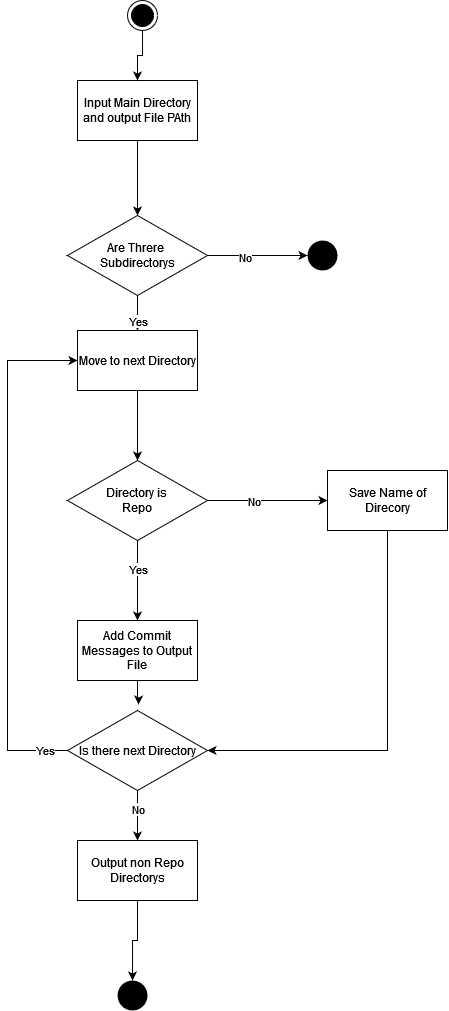
This is images/Script2.drawio.png from JonathanXDR/M122, a draw.io export, as it was before one commit. Source tidied: cells renumbered, new cells last; positions are measured from the earlier drawing's top-left corner, leaving out a move shared by most shapes.
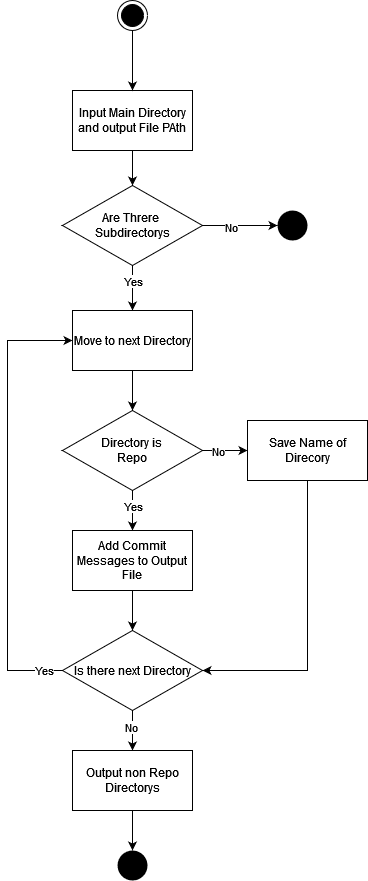
Above is the later version.

Diff of the diagram source:
```diff
@@ -2,14 +2,12 @@
   <root>
     <mxCell id="0" />
     <mxCell id="1" parent="0" />
-    <mxCell id="2" style="edgeStyle=orthogonalEdgeStyle;rounded=0;jettySize=auto;html=1;entryX=0.5;entryY=0;entryDx=0;entryDy=0;" parent="1" edge="1" source="6">
-      <mxGeometry relative="1" as="geometry">
-        <mxPoint x="130" y="330" as="targetPoint" />
-      </mxGeometry>
+    <mxCell id="2" style="edgeStyle=orthogonalEdgeStyle;rounded=0;jettySize=auto;html=1;entryX=0.5;entryY=0;entryDx=0;entryDy=0;" parent="1" edge="1" source="6" target="11">
+      <mxGeometry relative="1" as="geometry" />
     </mxCell>
     <mxCell id="3" value="Yes" style="edgeLabel;html=1;align=center;verticalAlign=middle;" parent="2" vertex="1">
       <mxGeometry x="-0.72" y="-2" relative="1" as="geometry">
-        <mxPoint x="2" y="19" as="offset" />
+        <mxPoint x="2" y="9" as="offset" />
       </mxGeometry>
     </mxCell>
     <mxCell id="4" style="edgeStyle=orthogonalEdgeStyle;rounded=0;jettySize=auto;html=1;" parent="1" edge="1" source="6" target="9">
@@ -19,22 +17,22 @@
       <mxGeometry x="-0.25" y="-1" relative="1" as="geometry" />
     </mxCell>
     <mxCell id="6" value="&lt;div&gt;Are Threre&amp;nbsp; &lt;br&gt;&lt;/div&gt;&lt;div&gt;Subdirectorys&lt;/div&gt;" style="rhombus;whiteSpace=wrap;html=1;" parent="1" vertex="1">
-      <mxGeometry x="60" y="215" width="140" height="80" as="geometry" />
+      <mxGeometry x="55" y="215" width="140" height="80" as="geometry" />
     </mxCell>
     <mxCell id="7" style="edgeStyle=orthogonalEdgeStyle;rounded=0;jettySize=auto;html=1;entryX=0.5;entryY=0;entryDx=0;entryDy=0;" parent="1" edge="1" source="8" target="6">
       <mxGeometry relative="1" as="geometry" />
     </mxCell>
     <mxCell id="8" value="Input Main Directory and output File PAth" style="rounded=0;whiteSpace=wrap;html=1;" parent="1" vertex="1">
-      <mxGeometry x="70" y="80" width="120" height="60" as="geometry" />
+      <mxGeometry x="65" y="120" width="120" height="60" as="geometry" />
     </mxCell>
     <mxCell id="9" style="ellipse;fillColor=#000000;strokeColor=none;" parent="1" vertex="1">
-      <mxGeometry x="300" y="240" width="30" height="30" as="geometry" />
+      <mxGeometry x="270" y="240" width="30" height="30" as="geometry" />
     </mxCell>
     <mxCell id="10" style="edgeStyle=orthogonalEdgeStyle;rounded=0;jettySize=auto;html=1;entryX=0.5;entryY=0;entryDx=0;entryDy=0;" parent="1" edge="1" source="11" target="16">
       <mxGeometry relative="1" as="geometry" />
     </mxCell>
     <mxCell id="11" value="Move to next Directory " style="rounded=0;whiteSpace=wrap;html=1;" parent="1" vertex="1">
-      <mxGeometry x="70" y="330" width="120" height="60" as="geometry" />
+      <mxGeometry x="65" y="340" width="120" height="60" as="geometry" />
     </mxCell>
     <mxCell id="12" style="edgeStyle=orthogonalEdgeStyle;rounded=0;jettySize=auto;html=1;entryX=0.5;entryY=0;entryDx=0;entryDy=0;" parent="1" edge="1" source="16" target="20">
       <mxGeometry relative="1" as="geometry" />
@@ -43,69 +41,66 @@
       <mxGeometry x="-0.28" relative="1" as="geometry" />
     </mxCell>
     <mxCell id="14" style="edgeStyle=orthogonalEdgeStyle;rounded=0;jettySize=auto;html=1;entryX=0;entryY=0.5;entryDx=0;entryDy=0;" parent="1" edge="1" source="16" target="22">
-      <mxGeometry relative="1" as="geometry">
-        <Array as="points">
-          <mxPoint x="240" y="500" />
-          <mxPoint x="240" y="500" />
-        </Array>
-      </mxGeometry>
+      <mxGeometry relative="1" as="geometry" />
     </mxCell>
-    <mxCell id="15" value="No" style="edgeLabel;html=1;align=center;verticalAlign=middle;" parent="14" vertex="1">
-      <mxGeometry x="-0.23" relative="1" as="geometry" />
-    </mxCell>
+    <mxCell id="31" value="No" style="edgeLabel;html=1;align=center;verticalAlign=middle;" parent="14" vertex="1">
+      <mxGeometry x="-0.29" relative="1" as="geometry">
+        <mxPoint x="-1" as="offset" />
+      </mxGeometry>
+    </mxCell>
     <mxCell id="16" value="&lt;div&gt;Directory is &lt;br&gt;&lt;/div&gt;&lt;div&gt;Repo&lt;br&gt;&lt;/div&gt;" style="rhombus;whiteSpace=wrap;html=1;" parent="1" vertex="1">
-      <mxGeometry x="60" y="460" width="140" height="80" as="geometry" />
+      <mxGeometry x="55" y="440" width="140" height="80" as="geometry" />
     </mxCell>
     <mxCell id="17" style="edgeStyle=orthogonalEdgeStyle;rounded=0;jettySize=auto;html=1;entryX=0;entryY=0.5;entryDx=0;entryDy=0;exitX=0;exitY=0.5;exitDx=0;exitDy=0;" parent="1" edge="1" source="25" target="11">
       <mxGeometry relative="1" as="geometry">
         <Array as="points">
-          <mxPoint y="750" />
-          <mxPoint y="360" />
+          <mxPoint y="700" />
+          <mxPoint y="370" />
         </Array>
       </mxGeometry>
     </mxCell>
     <mxCell id="18" value="Yes" style="edgeLabel;html=1;align=center;verticalAlign=middle;" parent="17" vertex="1">
       <mxGeometry x="-0.92" y="-1" relative="1" as="geometry" />
     </mxCell>
-    <mxCell id="19" style="edgeStyle=orthogonalEdgeStyle;rounded=0;jettySize=auto;html=1;entryX=0.507;entryY=-0.075;entryDx=0;entryDy=0;entryPerimeter=0;" parent="1" edge="1" source="20" target="25">
+    <mxCell id="19" style="edgeStyle=orthogonalEdgeStyle;rounded=0;jettySize=auto;html=1;entryX=0.5;entryY=0;entryDx=0;entryDy=0;" parent="1" edge="1" source="20" target="25">
       <mxGeometry relative="1" as="geometry" />
     </mxCell>
     <mxCell id="20" value="Add Commit Messages to Output File" style="rounded=0;whiteSpace=wrap;html=1;" parent="1" vertex="1">
-      <mxGeometry x="70" y="620" width="120" height="60" as="geometry" />
+      <mxGeometry x="65" y="560" width="120" height="60" as="geometry" />
     </mxCell>
     <mxCell id="21" style="edgeStyle=orthogonalEdgeStyle;rounded=0;jettySize=auto;html=1;entryX=1;entryY=0.5;entryDx=0;entryDy=0;" parent="1" edge="1" source="22" target="25">
       <mxGeometry relative="1" as="geometry">
         <Array as="points">
-          <mxPoint x="380" y="750" />
+          <mxPoint x="300" y="700" />
         </Array>
       </mxGeometry>
     </mxCell>
     <mxCell id="22" value="Save Name of Direcory" style="rounded=0;whiteSpace=wrap;html=1;" parent="1" vertex="1">
-      <mxGeometry x="320" y="470" width="120" height="60" as="geometry" />
+      <mxGeometry x="240" y="450" width="120" height="60" as="geometry" />
     </mxCell>
     <mxCell id="23" style="edgeStyle=orthogonalEdgeStyle;rounded=0;jettySize=auto;html=1;entryX=0.5;entryY=0;entryDx=0;entryDy=0;" parent="1" edge="1" source="25" target="30">
       <mxGeometry relative="1" as="geometry" />
     </mxCell>
-    <mxCell id="24" value="No" style="edgeLabel;html=1;align=center;verticalAlign=middle;" parent="23" vertex="1">
-      <mxGeometry x="-0.25" relative="1" as="geometry" />
-    </mxCell>
+    <mxCell id="32" value="No" style="edgeLabel;html=1;align=center;verticalAlign=middle;" parent="23" vertex="1">
+      <mxGeometry x="-0.21" y="-2" relative="1" as="geometry" />
+    </mxCell>
     <mxCell id="25" value="Is there next Directory" style="rhombus;whiteSpace=wrap;html=1;" parent="1" vertex="1">
-      <mxGeometry x="60" y="710" width="140" height="80" as="geometry" />
+      <mxGeometry x="55" y="660" width="140" height="80" as="geometry" />
     </mxCell>
     <mxCell id="26" style="ellipse;fillColor=#000000;strokeColor=none;" parent="1" vertex="1">
-      <mxGeometry x="110" y="980" width="30" height="30" as="geometry" />
+      <mxGeometry x="110" y="880" width="30" height="30" as="geometry" />
     </mxCell>
     <mxCell id="27" style="edgeStyle=orthogonalEdgeStyle;rounded=0;jettySize=auto;html=1;entryX=0.5;entryY=0;entryDx=0;entryDy=0;" parent="1" edge="1" source="28" target="8">
       <mxGeometry relative="1" as="geometry" />
     </mxCell>
     <mxCell id="28" style="ellipse;html=1;shape=endState;fillColor=#000000;strokeColor=#000000;" parent="1" vertex="1">
-      <mxGeometry x="120" width="30" height="30" as="geometry" />
+      <mxGeometry x="110" y="30" width="30" height="30" as="geometry" />
     </mxCell>
     <mxCell id="29" style="edgeStyle=orthogonalEdgeStyle;rounded=0;jettySize=auto;html=1;entryX=0.5;entryY=0;entryDx=0;entryDy=0;" parent="1" edge="1" source="30" target="26">
       <mxGeometry relative="1" as="geometry" />
     </mxCell>
     <mxCell id="30" value="Output non Repo Directorys" style="rounded=0;whiteSpace=wrap;html=1;" parent="1" vertex="1">
-      <mxGeometry x="70" y="840" width="120" height="60" as="geometry" />
+      <mxGeometry x="65" y="780" width="120" height="60" as="geometry" />
     </mxCell>
   </root>
 </mxGraphModel>
```
